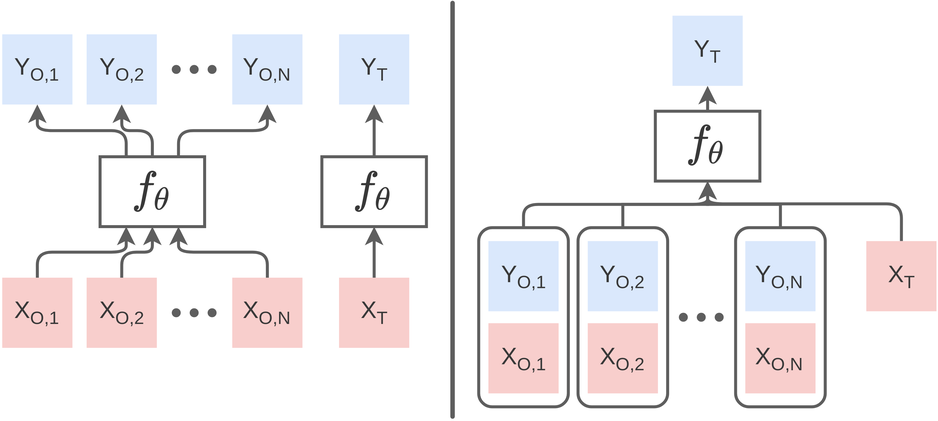
Above: neural_process/SLvsNP.png in toonnyy8/PPT (draw.io), before the change. Source tidied: cells renumbered, new cells last; positions are measured from the earlier drawing's top-left corner, leaving out a move shared by most shapes.
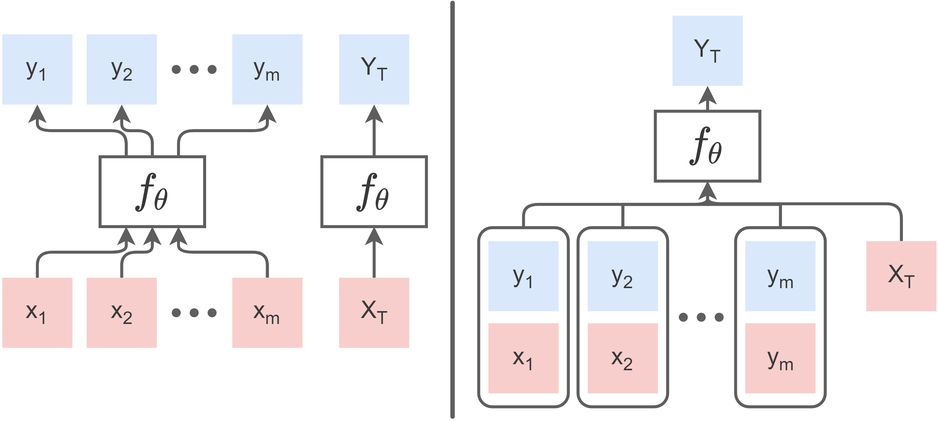
Later version of the same file.

What changed in the source:
```diff
@@ -17,13 +17,13 @@
     <mxCell id="6" style="shape=waypoint;sketch=0;fillStyle=solid;size=6;fillColor=none;perimeter=centerPerimeter;fontSize=16;strokeColor=#5E5E5E;strokeWidth=1;fontColor=#383838;rotation=90;" parent="3" vertex="1">
       <mxGeometry x="-12" y="12" width="40" height="40" as="geometry" />
     </mxCell>
-    <mxCell id="7" value="X&lt;sub&gt;&lt;font style=&quot;font-size: 12px&quot;&gt;O,2&lt;/font&gt;&lt;/sub&gt;" style="whiteSpace=wrap;html=1;strokeColor=none;strokeWidth=2;fillColor=#f8cecc;fontSize=16;fontColor=#383838;rotation=0;" parent="2" vertex="1">
+    <mxCell id="7" value="x&lt;sub&gt;&lt;font style=&quot;font-size: 12px&quot;&gt;2&lt;/font&gt;&lt;/sub&gt;" style="whiteSpace=wrap;html=1;strokeColor=none;strokeWidth=2;fillColor=#f8cecc;fontSize=16;fontColor=#383838;rotation=0;" parent="2" vertex="1">
       <mxGeometry x="56.5" y="163" width="47" height="47" as="geometry" />
     </mxCell>
-    <mxCell id="8" value="X&lt;sub&gt;&lt;font style=&quot;font-size: 12px&quot;&gt;O,&lt;/font&gt;&lt;font style=&quot;font-size: 12px&quot;&gt;1&lt;/font&gt;&lt;/sub&gt;" style="whiteSpace=wrap;html=1;strokeColor=none;strokeWidth=2;fillColor=#f8cecc;fontSize=16;fontColor=#383838;rotation=0;" parent="2" vertex="1">
+    <mxCell id="8" value="x&lt;sub&gt;&lt;font style=&quot;font-size: 12px&quot;&gt;1&lt;/font&gt;&lt;/sub&gt;" style="whiteSpace=wrap;html=1;strokeColor=none;strokeWidth=2;fillColor=#f8cecc;fontSize=16;fontColor=#383838;rotation=0;" parent="2" vertex="1">
       <mxGeometry y="163" width="47" height="47" as="geometry" />
     </mxCell>
-    <mxCell id="9" value="X&lt;sub&gt;&lt;font style=&quot;font-size: 12px&quot;&gt;O,&lt;/font&gt;&lt;font style=&quot;font-size: 12px&quot;&gt;N&lt;/font&gt;&lt;/sub&gt;" style="whiteSpace=wrap;html=1;strokeColor=none;strokeWidth=2;fillColor=#f8cecc;fontSize=16;fontColor=#383838;rotation=0;" parent="2" vertex="1">
+    <mxCell id="9" value="x&lt;sub&gt;&lt;font style=&quot;font-size: 12px&quot;&gt;m&lt;/font&gt;&lt;/sub&gt;" style="whiteSpace=wrap;html=1;strokeColor=none;strokeWidth=2;fillColor=#f8cecc;fontSize=16;fontColor=#383838;rotation=0;" parent="2" vertex="1">
       <mxGeometry x="154" y="163" width="47" height="47" as="geometry" />
     </mxCell>
     <mxCell id="10" value="\(f_\theta\)" style="shape=trapezoid;perimeter=trapezoidPerimeter;whiteSpace=wrap;html=1;fixedSize=1;labelBackgroundColor=none;fontSize=24;fontColor=#383838;strokeColor=#5E5E5E;strokeWidth=2;fillColor=none;rotation=0;size=-15.5;" parent="2" vertex="1">
@@ -50,7 +50,7 @@
     <mxCell id="17" value="\(f_\theta\)" style="shape=trapezoid;perimeter=trapezoidPerimeter;whiteSpace=wrap;html=1;fixedSize=1;labelBackgroundColor=none;fontSize=24;fontColor=#383838;strokeColor=#5E5E5E;strokeWidth=2;fillColor=none;rotation=0;size=-20;" parent="2" vertex="1">
       <mxGeometry x="214" y="82" width="70" height="46.8" as="geometry" />
     </mxCell>
-    <mxCell id="18" value="Y&lt;sub&gt;&lt;font style=&quot;font-size: 12px&quot;&gt;O,2&lt;/font&gt;&lt;/sub&gt;" style="whiteSpace=wrap;html=1;strokeColor=none;strokeWidth=2;fillColor=#dae8fc;fontSize=16;fontColor=#383838;rotation=0;" parent="2" vertex="1">
+    <mxCell id="18" value="y&lt;sub&gt;&lt;font style=&quot;font-size: 12px&quot;&gt;2&lt;/font&gt;&lt;/sub&gt;" style="whiteSpace=wrap;html=1;strokeColor=none;strokeWidth=2;fillColor=#dae8fc;fontSize=16;fontColor=#383838;rotation=0;" parent="2" vertex="1">
       <mxGeometry x="56.5" width="47" height="47" as="geometry" />
     </mxCell>
     <mxCell id="19" style="group;strokeWidth=1;fontColor=#383838;rotation=90;" parent="2" vertex="1">
@@ -65,10 +65,10 @@
     <mxCell id="22" style="shape=waypoint;sketch=0;fillStyle=solid;size=6;fillColor=none;perimeter=centerPerimeter;fontSize=16;strokeColor=#5E5E5E;strokeWidth=1;fontColor=#383838;rotation=90;" parent="19" vertex="1">
       <mxGeometry x="-12" y="12" width="40" height="40" as="geometry" />
     </mxCell>
-    <mxCell id="23" value="Y&lt;sub&gt;&lt;font style=&quot;font-size: 12px&quot;&gt;O,1&lt;/font&gt;&lt;/sub&gt;" style="whiteSpace=wrap;html=1;strokeColor=none;strokeWidth=2;fillColor=#dae8fc;fontSize=16;fontColor=#383838;rotation=0;" parent="2" vertex="1">
+    <mxCell id="23" value="y&lt;sub&gt;&lt;font style=&quot;font-size: 12px&quot;&gt;1&lt;/font&gt;&lt;/sub&gt;" style="whiteSpace=wrap;html=1;strokeColor=none;strokeWidth=2;fillColor=#dae8fc;fontSize=16;fontColor=#383838;rotation=0;" parent="2" vertex="1">
       <mxGeometry width="47" height="47" as="geometry" />
     </mxCell>
-    <mxCell id="24" value="Y&lt;sub&gt;&lt;font style=&quot;font-size: 12px&quot;&gt;O,&lt;/font&gt;&lt;font style=&quot;font-size: 12px&quot;&gt;N&lt;/font&gt;&lt;/sub&gt;" style="whiteSpace=wrap;html=1;strokeColor=none;strokeWidth=2;fillColor=#dae8fc;fontSize=16;fontColor=#383838;rotation=0;" parent="2" vertex="1">
+    <mxCell id="24" value="y&lt;sub&gt;&lt;font style=&quot;font-size: 12px&quot;&gt;m&lt;/font&gt;&lt;/sub&gt;" style="whiteSpace=wrap;html=1;strokeColor=none;strokeWidth=2;fillColor=#dae8fc;fontSize=16;fontColor=#383838;rotation=0;" parent="2" vertex="1">
       <mxGeometry x="154" width="47" height="47" as="geometry" />
     </mxCell>
     <mxCell id="25" value="X&lt;sub&gt;&lt;font style=&quot;font-size: 12px&quot;&gt;T&lt;/font&gt;&lt;/sub&gt;" style="whiteSpace=wrap;html=1;strokeColor=none;strokeWidth=2;fillColor=#f8cecc;fontSize=16;fontColor=#383838;rotation=0;" parent="2" vertex="1">
@@ -139,10 +139,10 @@
     <mxCell id="45" style="group;" parent="43" vertex="1">
       <mxGeometry x="6.5" y="9" width="47" height="102" as="geometry" />
     </mxCell>
-    <mxCell id="46" value="X&lt;sub&gt;&lt;font style=&quot;font-size: 12px&quot;&gt;O,&lt;/font&gt;&lt;font style=&quot;font-size: 12px&quot;&gt;1&lt;/font&gt;&lt;/sub&gt;" style="whiteSpace=wrap;html=1;strokeColor=none;strokeWidth=2;fillColor=#f8cecc;fontSize=16;fontColor=#383838;rotation=0;" parent="45" vertex="1">
+    <mxCell id="46" value="x&lt;sub&gt;&lt;font style=&quot;font-size: 12px&quot;&gt;1&lt;/font&gt;&lt;/sub&gt;" style="whiteSpace=wrap;html=1;strokeColor=none;strokeWidth=2;fillColor=#f8cecc;fontSize=16;fontColor=#383838;rotation=0;" parent="45" vertex="1">
       <mxGeometry y="55" width="47" height="47" as="geometry" />
     </mxCell>
-    <mxCell id="47" value="Y&lt;sub&gt;&lt;font style=&quot;font-size: 12px&quot;&gt;O,&lt;/font&gt;&lt;font style=&quot;font-size: 12px&quot;&gt;1&lt;/font&gt;&lt;/sub&gt;" style="whiteSpace=wrap;html=1;strokeColor=none;strokeWidth=2;fillColor=#dae8fc;fontSize=16;fontColor=#383838;rotation=0;" parent="45" vertex="1">
+    <mxCell id="47" value="y&lt;sub&gt;&lt;font style=&quot;font-size: 12px&quot;&gt;1&lt;/font&gt;&lt;/sub&gt;" style="whiteSpace=wrap;html=1;strokeColor=none;strokeWidth=2;fillColor=#dae8fc;fontSize=16;fontColor=#383838;rotation=0;" parent="45" vertex="1">
       <mxGeometry width="47" height="47" as="geometry" />
     </mxCell>
     <mxCell id="48" style="group;" parent="38" vertex="1">
@@ -154,10 +154,10 @@
     <mxCell id="50" style="group;" parent="48" vertex="1">
       <mxGeometry x="6.5" y="9" width="47" height="102" as="geometry" />
     </mxCell>
-    <mxCell id="51" value="X&lt;sub&gt;&lt;font style=&quot;font-size: 12px&quot;&gt;O,2&lt;/font&gt;&lt;/sub&gt;" style="whiteSpace=wrap;html=1;strokeColor=none;strokeWidth=2;fillColor=#f8cecc;fontSize=16;fontColor=#383838;rotation=0;" parent="50" vertex="1">
+    <mxCell id="51" value="x&lt;sub&gt;&lt;font style=&quot;font-size: 12px&quot;&gt;2&lt;/font&gt;&lt;/sub&gt;" style="whiteSpace=wrap;html=1;strokeColor=none;strokeWidth=2;fillColor=#f8cecc;fontSize=16;fontColor=#383838;rotation=0;" parent="50" vertex="1">
       <mxGeometry y="55" width="47" height="47" as="geometry" />
     </mxCell>
-    <mxCell id="52" value="Y&lt;sub&gt;&lt;font style=&quot;font-size: 12px&quot;&gt;O,2&lt;/font&gt;&lt;/sub&gt;" style="whiteSpace=wrap;html=1;strokeColor=none;strokeWidth=2;fillColor=#dae8fc;fontSize=16;fontColor=#383838;rotation=0;" parent="50" vertex="1">
+    <mxCell id="52" value="y&lt;sub&gt;&lt;font style=&quot;font-size: 12px&quot;&gt;2&lt;/font&gt;&lt;/sub&gt;" style="whiteSpace=wrap;html=1;strokeColor=none;strokeWidth=2;fillColor=#dae8fc;fontSize=16;fontColor=#383838;rotation=0;" parent="50" vertex="1">
       <mxGeometry width="47" height="47" as="geometry" />
     </mxCell>
     <mxCell id="53" style="group;" parent="38" vertex="1">
@@ -169,10 +169,10 @@
     <mxCell id="55" style="group;" parent="53" vertex="1">
       <mxGeometry x="6.5" y="9" width="47" height="102" as="geometry" />
     </mxCell>
-    <mxCell id="56" value="X&lt;sub&gt;&lt;font style=&quot;font-size: 12px&quot;&gt;O,&lt;/font&gt;&lt;font style=&quot;font-size: 12px&quot;&gt;N&lt;/font&gt;&lt;/sub&gt;" style="whiteSpace=wrap;html=1;strokeColor=none;strokeWidth=2;fillColor=#f8cecc;fontSize=16;fontColor=#383838;rotation=0;" parent="55" vertex="1">
+    <mxCell id="56" value="y&lt;sub&gt;&lt;font style=&quot;font-size: 12px&quot;&gt;m&lt;/font&gt;&lt;/sub&gt;" style="whiteSpace=wrap;html=1;strokeColor=none;strokeWidth=2;fillColor=#f8cecc;fontSize=16;fontColor=#383838;rotation=0;" parent="55" vertex="1">
       <mxGeometry y="55" width="47" height="47" as="geometry" />
     </mxCell>
-    <mxCell id="57" value="Y&lt;sub&gt;&lt;font style=&quot;font-size: 12px&quot;&gt;O,&lt;/font&gt;&lt;font style=&quot;font-size: 12px&quot;&gt;N&lt;/font&gt;&lt;/sub&gt;" style="whiteSpace=wrap;html=1;strokeColor=none;strokeWidth=2;fillColor=#dae8fc;fontSize=16;fontColor=#383838;rotation=0;" parent="55" vertex="1">
+    <mxCell id="57" value="y&lt;sub&gt;&lt;font style=&quot;font-size: 12px&quot;&gt;m&lt;/font&gt;&lt;/sub&gt;" style="whiteSpace=wrap;html=1;strokeColor=none;strokeWidth=2;fillColor=#dae8fc;fontSize=16;fontColor=#383838;rotation=0;" parent="55" vertex="1">
       <mxGeometry width="47" height="47" as="geometry" />
     </mxCell>
     <mxCell id="58" value="X&lt;sub&gt;&lt;font style=&quot;font-size: 12px&quot;&gt;T&lt;/font&gt;&lt;/sub&gt;" style="whiteSpace=wrap;html=1;strokeColor=none;strokeWidth=2;fillColor=#f8cecc;fontSize=16;fontColor=#383838;rotation=0;" parent="38" vertex="1">
```
